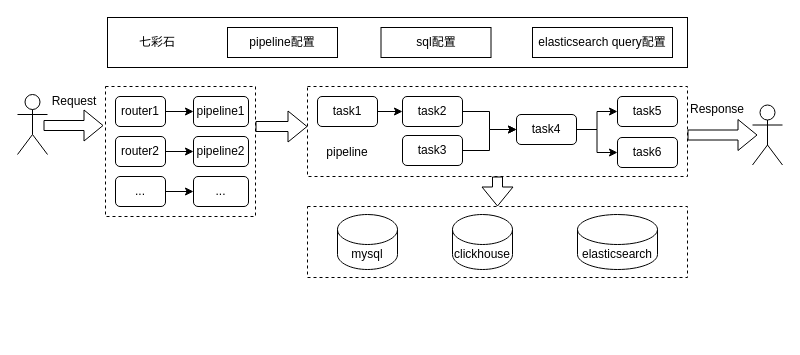
zhufuyin/draw keeps this draw.io diagram as cbp-server.drawio. Above is the earlier version. Source tidied: cells renumbered, new cells numbered last; positions are measured from the earlier drawing's top-left corner, leaving out a move shared by most shapes. Both pictures are drawn from the tidied source at 100%, with x=0, y=0 at pixel (17, 17).
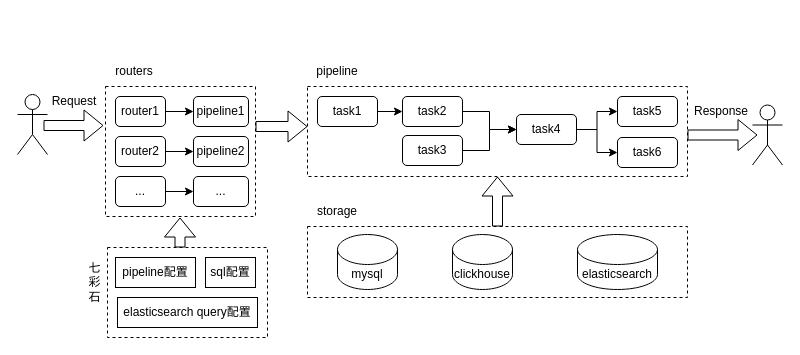
After the change.

The change refers to these unchanged cells:
```xml
<mxCell id="3" style="rounded=0;whiteSpace=wrap;html=1;fillColor=none;dashed=1;" parent="1" vertex="1">
  <mxGeometry x="290" y="69" width="380" height="90" as="geometry" />
</mxCell>
```

The edit, as a diff of the source:
```diff
@@
     <mxCell id="2" style="rounded=0;whiteSpace=wrap;html=1;fillColor=none;dashed=1;" parent="1" vertex="1">
-      <mxGeometry x="290" y="189" width="380" height="71" as="geometry" />
+      <mxGeometry x="290" y="209" width="380" height="71" as="geometry" />
     </mxCell>
@@
     <mxCell id="20" value="Response" style="text;html=1;strokeColor=none;fillColor=none;align=center;verticalAlign=middle;whiteSpace=wrap;rounded=0;" parent="1" vertex="1">
-      <mxGeometry x="670" y="76.5" width="60" height="30" as="geometry" />
+      <mxGeometry x="674" y="78.5" width="60" height="30" as="geometry" />
     </mxCell>
@@
-    <mxCell id="25" style="rounded=0;whiteSpace=wrap;html=1;fillColor=none;" parent="1" vertex="1">
-      <mxGeometry x="90" width="580" height="50" as="geometry" />
-    </mxCell>
     <mxCell id="26" value="pipeline配置" style="rounded=0;whiteSpace=wrap;html=1;fillColor=none;" parent="1" vertex="1">
-      <mxGeometry x="210" y="10" width="110" height="30" as="geometry" />
+      <mxGeometry x="98" y="240" width="80" height="30" as="geometry" />
     </mxCell>
     <mxCell id="27" value="sql配置" style="rounded=0;whiteSpace=wrap;html=1;fillColor=none;" parent="1" vertex="1">
-      <mxGeometry x="363.5" y="10" width="110" height="30" as="geometry" />
+      <mxGeometry x="188" y="240" width="50" height="30" as="geometry" />
     </mxCell>
     <mxCell id="28" value="elasticsearch query配置" style="rounded=0;whiteSpace=wrap;html=1;fillColor=none;" parent="1" vertex="1">
-      <mxGeometry x="515" y="10" width="140" height="30" as="geometry" />
+      <mxGeometry x="100" y="280" width="140" height="30" as="geometry" />
     </mxCell>
-    <mxCell id="29" value="七彩石" style="text;html=1;strokeColor=none;fillColor=none;align=center;verticalAlign=middle;whiteSpace=wrap;rounded=0;" parent="1" vertex="1">
-      <mxGeometry x="110" y="10" width="60" height="30" as="geometry" />
-    </mxCell>
@@
     <mxCell id="37" value="mysql" style="shape=cylinder3;whiteSpace=wrap;html=1;boundedLbl=1;backgroundOutline=1;size=15;fillColor=none;" parent="1" vertex="1">
-      <mxGeometry x="320" y="197" width="60" height="55" as="geometry" />
+      <mxGeometry x="320" y="217" width="60" height="55" as="geometry" />
     </mxCell>
     <mxCell id="38" value="clickhouse" style="shape=cylinder3;whiteSpace=wrap;html=1;boundedLbl=1;backgroundOutline=1;size=15;fillColor=none;" parent="1" vertex="1">
-      <mxGeometry x="435" y="197" width="60" height="55" as="geometry" />
+      <mxGeometry x="435" y="217" width="60" height="55" as="geometry" />
     </mxCell>
     <mxCell id="39" value="elasticsearch" style="shape=cylinder3;whiteSpace=wrap;html=1;boundedLbl=1;backgroundOutline=1;size=15;fillColor=none;" parent="1" vertex="1">
-      <mxGeometry x="560" y="197" width="80" height="55" as="geometry" />
+      <mxGeometry x="560" y="217" width="80" height="55" as="geometry" />
     </mxCell>
-    <mxCell id="40" style="shape=flexArrow;endArrow=classic;html=1;rounded=0;exitX=0.5;exitY=1;exitDx=0;exitDy=0;entryX=0.5;entryY=0;entryDx=0;entryDy=0;" parent="1" edge="1" source="3" target="2">
-      <mxGeometry relative="1" as="geometry" />
-    </mxCell>
     <mxCell id="41" value="pipeline" style="text;html=1;strokeColor=none;fillColor=none;align=center;verticalAlign=middle;whiteSpace=wrap;rounded=0;" parent="1" vertex="1">
-      <mxGeometry x="300" y="120" width="60" height="30" as="geometry" />
+      <mxGeometry x="290" y="39" width="60" height="30" as="geometry" />
     </mxCell>
+    <mxCell id="42" style="shape=flexArrow;endArrow=classic;html=1;rounded=0;entryX=0.5;entryY=1;entryDx=0;entryDy=0;exitX=0.5;exitY=0;exitDx=0;exitDy=0;" parent="1" edge="1" source="2" target="3">
+      <mxGeometry relative="1" as="geometry" />
+    </mxCell>
+    <mxCell id="43" style="rounded=0;whiteSpace=wrap;html=1;fillColor=none;dashed=1;" parent="1" vertex="1">
+      <mxGeometry x="90" y="230" width="160" height="90" as="geometry" />
+    </mxCell>
+    <mxCell id="44" style="shape=flexArrow;endArrow=classic;html=1;rounded=0;entryX=0.5;entryY=1;entryDx=0;entryDy=0;exitX=0.5;exitY=0;exitDx=0;exitDy=0;" parent="1" edge="1">
+      <mxGeometry relative="1" as="geometry">
+        <mxPoint x="162.5" y="230" as="sourcePoint" />
+        <mxPoint x="162.5" y="200" as="targetPoint" />
+      </mxGeometry>
+    </mxCell>
+    <mxCell id="29" value="七彩石" style="text;html=1;strokeColor=none;fillColor=none;align=center;verticalAlign=middle;whiteSpace=wrap;rounded=0;direction=south;" parent="1" vertex="1">
+      <mxGeometry x="65" y="230" width="25" height="70" as="geometry" />
+    </mxCell>
+    <mxCell id="45" value="routers" style="text;html=1;strokeColor=none;fillColor=none;align=center;verticalAlign=middle;whiteSpace=wrap;rounded=0;" parent="1" vertex="1">
+      <mxGeometry x="87" y="39" width="60" height="30" as="geometry" />
+    </mxCell>
+    <mxCell id="46" value="storage" style="text;html=1;strokeColor=none;fillColor=none;align=center;verticalAlign=middle;whiteSpace=wrap;rounded=0;" parent="1" vertex="1">
+      <mxGeometry x="290" y="179" width="60" height="30" as="geometry" />
+    </mxCell>
```
